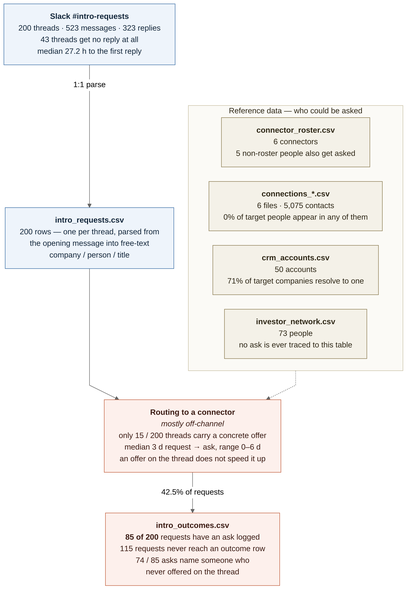
veraaw/projecthalyard keeps this Mermaid diagram as scoping/routing_flow.png. Above is the earlier version. Its source is kept beside it as scoping/routing_flow.mmd. The source it was exported from:
```mermaid
---
config:
  theme: neutral
  flowchart:
    curve: linear
    htmlLabels: true
    nodeSpacing: 30
    rankSpacing: 60
    wrappingWidth: 320
---
flowchart TB
    A["<b>Slack #intro-requests</b>
    200 threads · 523 messages · 323 replies
    43 threads get no reply at all
    median 27.2 h to the first reply"]
    B["<b>intro_requests.csv</b>
    200 rows — one per thread, parsed from
    the opening message into free-text
    company / person / title"]
    C["<b>Routing to a connector</b>
    <i>mostly off-channel</i>
    only 15 / 200 threads carry a concrete offer
    median 3 d request → ask, range 0–6 d
    an offer on the thread does not speed it up"]
    D["<b>intro_outcomes.csv</b>
    <b>85 of 200</b> requests have an ask logged
    115 requests never reach an outcome row
    74 / 85 asks name someone who
    never offered on the thread"]

    A -->|"1:1 parse"| B
    B --> C
    C -->|"42.5% of requests"| D

    subgraph ref["Reference data — who could be asked"]
        direction LR
        R1["<b>connector_roster.csv</b>
        6 connectors
        5 non-roster people also get asked"]
        R2["<b>connections_*.csv</b>
        6 files · 5,075 contacts
        0% of target people appear in any of them"]
        R3["<b>crm_accounts.csv</b>
        50 accounts
        71% of target companies resolve to one"]
        R4["<b>investor_network.csv</b>
        73 people
        no ask is ever traced to this table"]
    end

    ref -.-> C

    classDef stage fill:#eef4fb,stroke:#3b6ea5,stroke-width:1px,color:#12263a;
    classDef gap fill:#fdf0ec,stroke:#c2603f,stroke-width:1px,color:#3a1a12;
    classDef refbox fill:#f4f1e8,stroke:#8a7a4f,stroke-width:1px,color:#2e2716;
    class A,B stage;
    class C,D gap;
    class R1,R2,R3,R4 refbox;
    style ref fill:#fbfaf6,stroke:#c9c0a4,color:#2e2716;
```
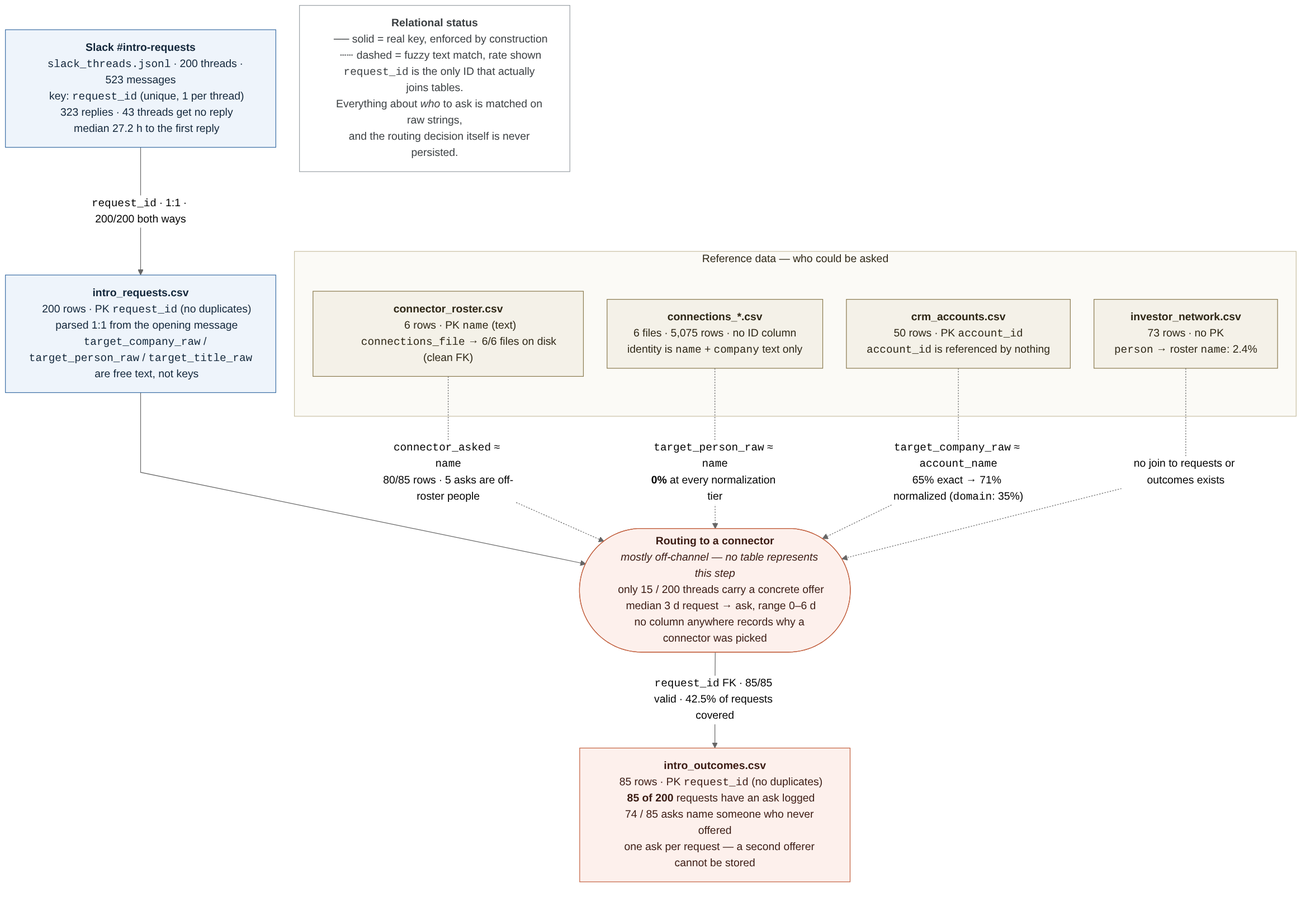
After the change.

Commit message:
Annotate routing flow with keys, cardinality and join integrity

Change to the diagram source:
```diff
@@ -4,56 +4,73 @@
   flowchart:
     curve: linear
     htmlLabels: true
-    nodeSpacing: 30
-    rankSpacing: 60
-    wrappingWidth: 320
+    nodeSpacing: 35
+    rankSpacing: 70
+    wrappingWidth: 340
 ---
 flowchart TB
     A["<b>Slack #intro-requests</b>
-    200 threads · 523 messages · 323 replies
-    43 threads get no reply at all
+    <code>slack_threads.jsonl</code> · 200 threads · 523 messages
+    key: <code>request_id</code> (unique, 1 per thread)
+    323 replies · 43 threads get no reply
     median 27.2 h to the first reply"]
+
     B["<b>intro_requests.csv</b>
-    200 rows — one per thread, parsed from
-    the opening message into free-text
-    company / person / title"]
-    C["<b>Routing to a connector</b>
-    <i>mostly off-channel</i>
+    200 rows · PK <code>request_id</code> (no duplicates)
+    parsed 1:1 from the opening message
+    <code>target_company_raw</code> / <code>target_person_raw</code> / <code>target_title_raw</code>
+    are free text, not keys"]
+
+    C(["<b>Routing to a connector</b>
+    <i>mostly off-channel — no table represents this step</i>
     only 15 / 200 threads carry a concrete offer
     median 3 d request → ask, range 0–6 d
-    an offer on the thread does not speed it up"]
+    no column anywhere records why a connector was picked"])
+
     D["<b>intro_outcomes.csv</b>
+    85 rows · PK <code>request_id</code> (no duplicates)
     <b>85 of 200</b> requests have an ask logged
-    115 requests never reach an outcome row
-    74 / 85 asks name someone who
-    never offered on the thread"]
+    74 / 85 asks name someone who never offered
+    one ask per request — a second offerer cannot be stored"]
 
-    A -->|"1:1 parse"| B
+    A -->|"<code>request_id</code> · 1:1 · 200/200 both ways"| B
     B --> C
-    C -->|"42.5% of requests"| D
+    C -->|"<code>request_id</code> FK · 85/85 valid · 42.5% of requests covered"| D
 
     subgraph ref["Reference data — who could be asked"]
         direction LR
         R1["<b>connector_roster.csv</b>
-        6 connectors
-        5 non-roster people also get asked"]
+        6 rows · PK <code>name</code> (text)
+        <code>connections_file</code> → 6/6 files on disk (clean FK)"]
         R2["<b>connections_*.csv</b>
-        6 files · 5,075 contacts
-        0% of target people appear in any of them"]
+        6 files · 5,075 rows · no ID column
+        identity is <code>name</code> + <code>company</code> text only"]
         R3["<b>crm_accounts.csv</b>
-        50 accounts
-        71% of target companies resolve to one"]
+        50 rows · PK <code>account_id</code>
+        <code>account_id</code> is referenced by nothing"]
         R4["<b>investor_network.csv</b>
-        73 people
-        no ask is ever traced to this table"]
+        73 rows · no PK
+        <code>person</code> → roster <code>name</code>: 2.4%"]
     end
 
-    ref -.-> C
+    R1 -.->|"<code>connector_asked</code> ≈ <code>name</code><br/>80/85 rows · 5 asks are off-roster people"| C
+    R2 -.->|"<code>target_person_raw</code> ≈ <code>name</code><br/><b>0%</b> at every normalization tier"| C
+    R3 -.->|"<code>target_company_raw</code> ≈ <code>account_name</code><br/>65% exact → 71% normalized (<code>domain</code>: 35%)"| C
+    R4 -.->|"no join to requests or outcomes exists"| C
+
+    L["<b>Relational status</b>
+    ── solid = real key, enforced by construction
+    ┄┄ dashed = fuzzy text match, rate shown
+    <code>request_id</code> is the only ID that actually joins tables.
+    Everything about <i>who</i> to ask is matched on raw strings,
+    and the routing decision itself is never persisted."]
 
     classDef stage fill:#eef4fb,stroke:#3b6ea5,stroke-width:1px,color:#12263a;
     classDef gap fill:#fdf0ec,stroke:#c2603f,stroke-width:1px,color:#3a1a12;
     classDef refbox fill:#f4f1e8,stroke:#8a7a4f,stroke-width:1px,color:#2e2716;
+    classDef legend fill:#ffffff,stroke:#9aa0a6,stroke-width:1px,color:#3c4043;
     class A,B stage;
     class C,D gap;
     class R1,R2,R3,R4 refbox;
+    class L legend;
     style ref fill:#fbfaf6,stroke:#c9c0a4,color:#2e2716;
```
